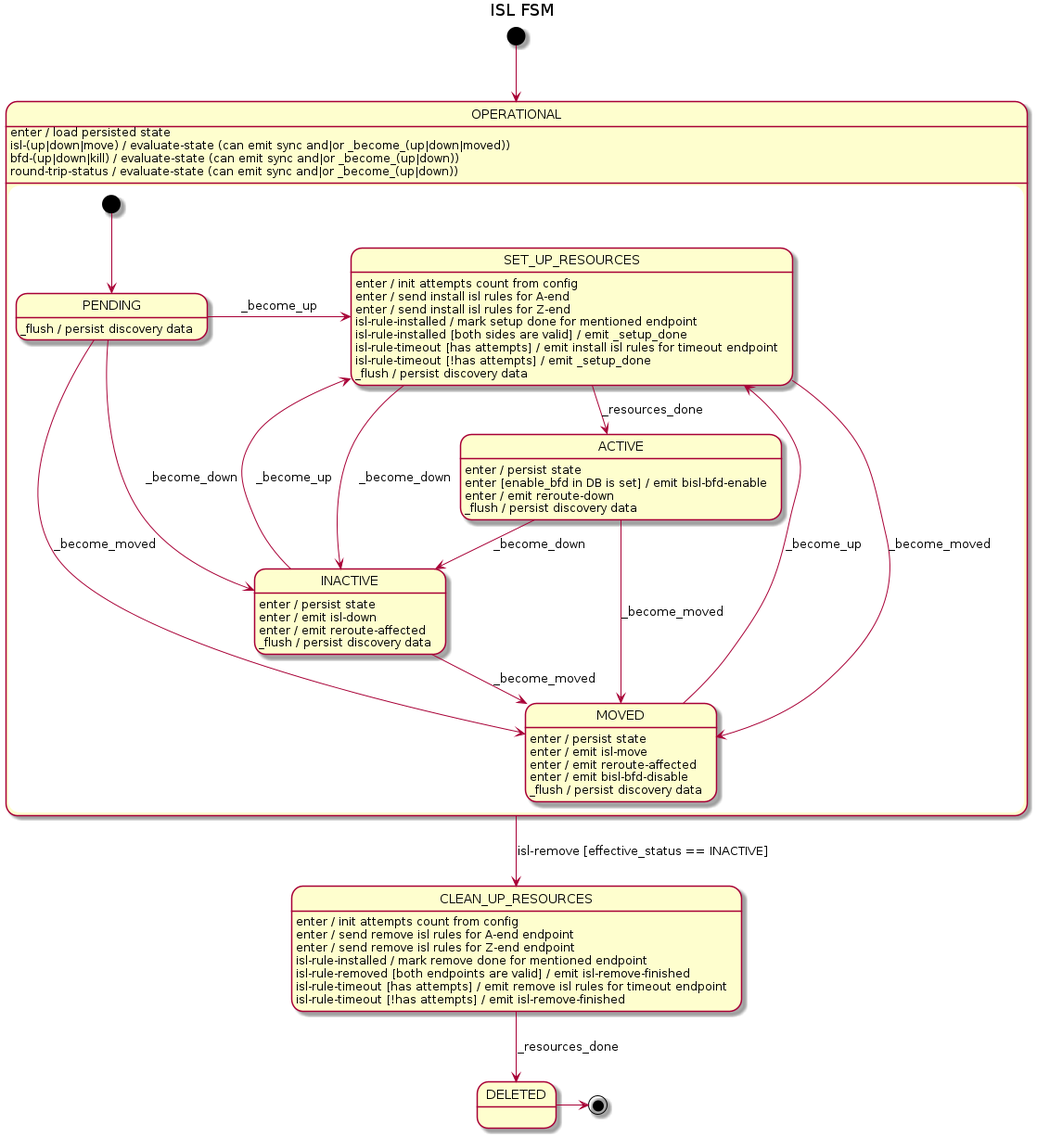
surabujin/open-kilda keeps this PlantUML diagram as docs/design/network-discovery/ISL-FSM.png. Above is the earlier version.
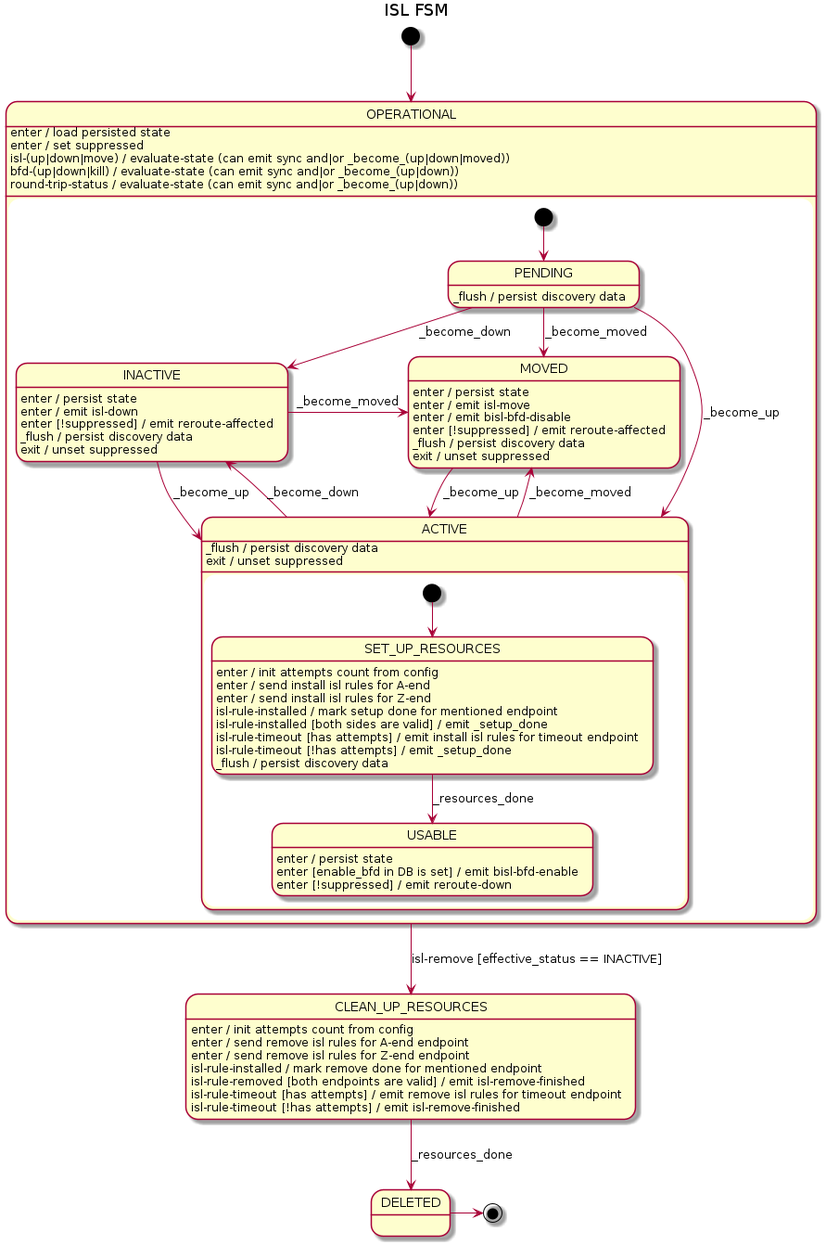
The same file after the commit.

The edit, as a diff of the source:
```diff
@@ -6,46 +6,52 @@
 state OPERATIONAL {
     [*] --> PENDING
 
-    PENDING -r-> SET_UP_RESOURCES : _become_up
+    PENDING --> ACTIVE : _become_up
     PENDING --> INACTIVE : _become_down
     PENDING --> MOVED : _become_moved
     PENDING : _flush / persist discovery data
 
-    SET_UP_RESOURCES --> ACTIVE : _resources_done
-    SET_UP_RESOURCES --> INACTIVE : _become_down
-    SET_UP_RESOURCES --> MOVED : _become_moved
-    SET_UP_RESOURCES : enter / init attempts count from config
-    SET_UP_RESOURCES : enter / send install isl rules for A-end
-    SET_UP_RESOURCES : enter / send install isl rules for Z-end
-    SET_UP_RESOURCES : isl-rule-installed / mark setup done for mentioned endpoint
-    SET_UP_RESOURCES : isl-rule-installed [both sides are valid] / emit _setup_done
-    SET_UP_RESOURCES : isl-rule-timeout [has attempts] / emit install isl rules for timeout endpoint
-    SET_UP_RESOURCES : isl-rule-timeout [!has attempts] / emit _setup_done
-    SET_UP_RESOURCES : _flush / persist discovery data
+    state ACTIVE {
+        [*] --> SET_UP_RESOURCES
 
+        SET_UP_RESOURCES --> USABLE : _resources_done
+        SET_UP_RESOURCES : enter / init attempts count from config
+        SET_UP_RESOURCES : enter / send install isl rules for A-end
+        SET_UP_RESOURCES : enter / send install isl rules for Z-end
+        SET_UP_RESOURCES : isl-rule-installed / mark setup done for mentioned endpoint
+        SET_UP_RESOURCES : isl-rule-installed [both sides are valid] / emit _setup_done
+        SET_UP_RESOURCES : isl-rule-timeout [has attempts] / emit install isl rules for timeout endpoint
+        SET_UP_RESOURCES : isl-rule-timeout [!has attempts] / emit _setup_done
+        SET_UP_RESOURCES : _flush / persist discovery data
+
+        USABLE : enter / persist state
+        USABLE : enter [enable_bfd in DB is set] / emit bisl-bfd-enable
+        USABLE : enter [!suppressed] / emit reroute-down
+    }
     ACTIVE --> INACTIVE : _become_down
     ACTIVE --> MOVED : _become_moved
-    ACTIVE : enter / persist state
-    ACTIVE : enter [enable_bfd in DB is set] / emit bisl-bfd-enable
-    ACTIVE : enter / emit reroute-down
     ACTIVE : _flush / persist discovery data
+    ACTIVE : exit / unset suppressed
 
-    INACTIVE --> SET_UP_RESOURCES : _become_up
-    INACTIVE -d-> MOVED : _become_moved
+    INACTIVE --> ACTIVE : _become_up
+    INACTIVE -r-> MOVED : _become_moved
     INACTIVE : enter / persist state
     INACTIVE : enter / emit isl-down
-    INACTIVE : enter / emit reroute-affected
+    INACTIVE : enter [!suppressed] / emit reroute-affected
     INACTIVE : _flush / persist discovery data
+    INACTIVE : exit / unset suppressed
 
-    MOVED --> SET_UP_RESOURCES : _become_up
+    MOVED --> ACTIVE : _become_up
     MOVED : enter / persist state
     MOVED : enter / emit isl-move
-    MOVED : enter / emit reroute-affected
     MOVED : enter / emit bisl-bfd-disable
+    MOVED : enter [!suppressed] / emit reroute-affected
     MOVED : _flush / persist discovery data
+    MOVED : exit / unset suppressed
 }
 OPERATIONAL --> CLEAN_UP_RESOURCES : isl-remove [effective_status == INACTIVE]
 OPERATIONAL : enter / load persisted state
+OPERATIONAL : enter / set suppressed
 OPERATIONAL : isl-(up|down|move) / evaluate-state (can emit sync and|or _become_(up|down|moved))
 OPERATIONAL : bfd-(up|down|kill) / evaluate-state (can emit sync and|or _become_(up|down))
 OPERATIONAL : round-trip-status / evaluate-state (can emit sync and|or _become_(up|down))
```
